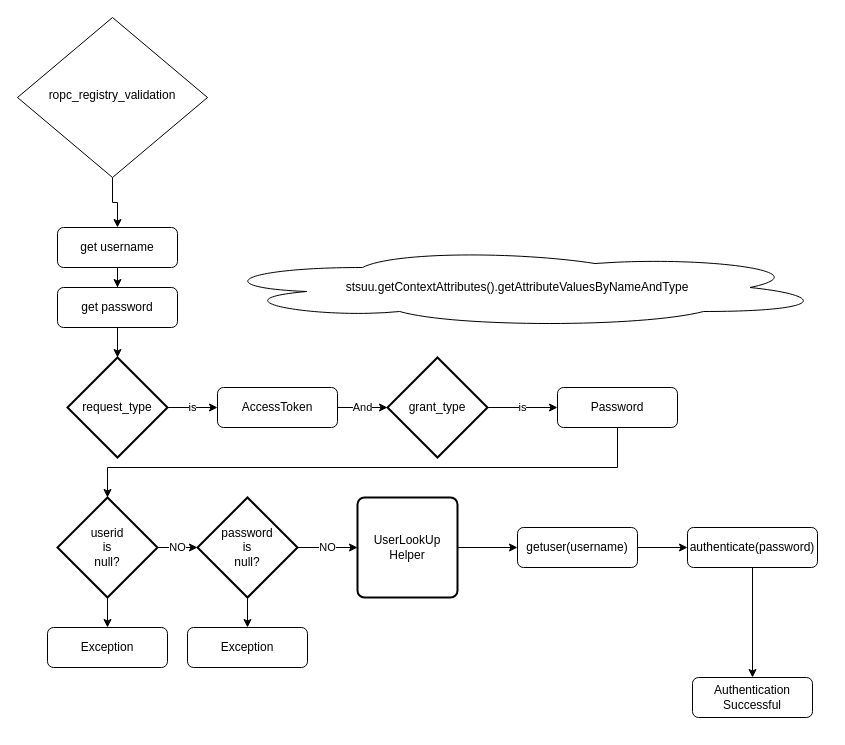
The draw.io diagram diagrams/ropc_registry_validation.drawio in jskbabu/sree-general, before the edit. Source tidied: cells renumbered, new cells numbered last; positions are measured from the earlier drawing's top-left corner, leaving out a move shared by most shapes. Both pictures are drawn from the tidied source at 100%, with x=0, y=0 at pixel (17, 17).
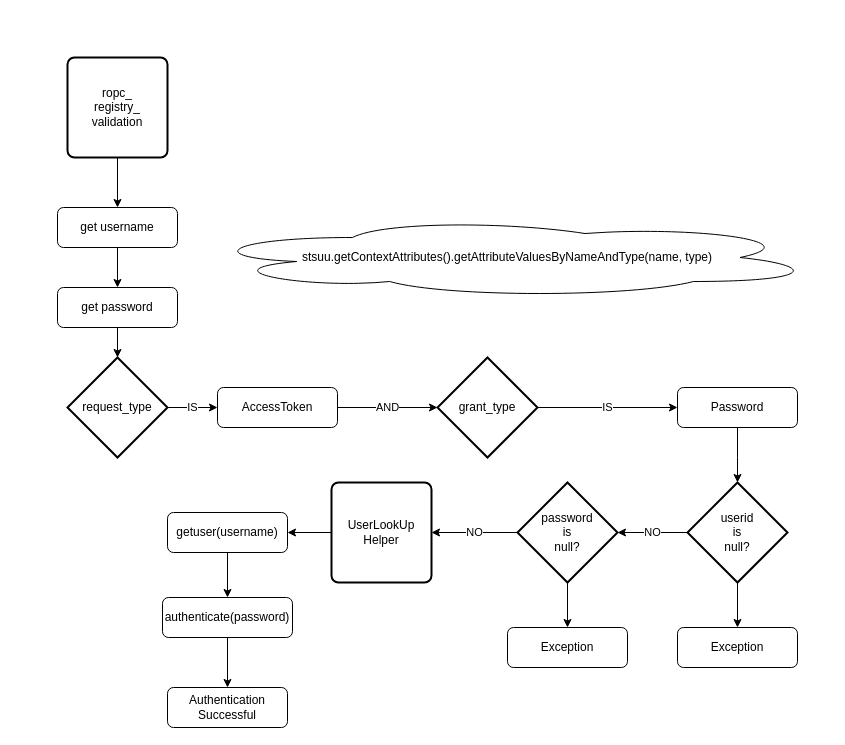
Above is the later version.

Unchanged cells that the change refers to:
```xml
<mxCell id="11" value="request_type" style="strokeWidth=2;html=1;shape=mxgraph.flowchart.decision;whiteSpace=wrap;" parent="1" vertex="1">
  <mxGeometry x="50" y="340" width="100" height="100" as="geometry" />
</mxCell>
<mxCell id="13" value="AccessToken" style="rounded=1;whiteSpace=wrap;html=1;fontSize=12;glass=0;strokeWidth=1;shadow=0;" parent="1" vertex="1">
  <mxGeometry x="200" y="370" width="120" height="40" as="geometry" />
</mxCell>
```

The edit, as a diff of the source:
```diff
@@
-    <mxCell id="2" style="edgeStyle=orthogonalEdgeStyle;rounded=0;jettySize=auto;html=1;exitX=0.5;exitY=1;exitDx=0;exitDy=0;entryX=0.5;entryY=0;entryDx=0;entryDy=0;" parent="1" edge="1" source="3" target="6">
-      <mxGeometry relative="1" as="geometry" />
-    </mxCell>
-    <mxCell id="3" value="ropc_registry_validation" style="rhombus;whiteSpace=wrap;html=1;shadow=0;fontFamily=Helvetica;fontSize=12;align=center;strokeWidth=1;spacing=6;spacingTop=-4;" parent="1" vertex="1">
-      <mxGeometry width="190" height="160" as="geometry" />
-    </mxCell>
@@
     <mxCell id="6" value="get username" style="rounded=1;whiteSpace=wrap;html=1;fontSize=12;glass=0;strokeWidth=1;shadow=0;" parent="1" vertex="1">
-      <mxGeometry x="40" y="210" width="120" height="40" as="geometry" />
+      <mxGeometry x="40" y="190" width="120" height="40" as="geometry" />
     </mxCell>
@@
-    <mxCell id="9" value="stsuu.getContextAttributes().getAttributeValuesByNameAndType" style="ellipse;shape=cloud;whiteSpace=wrap;html=1;" parent="1" vertex="1">
-      <mxGeometry x="190" y="230" width="620" height="80" as="geometry" />
+    <mxCell id="9" value="stsuu.getContextAttributes().getAttributeValuesByNameAndType(name, type)" style="ellipse;shape=cloud;whiteSpace=wrap;html=1;" parent="1" vertex="1">
+      <mxGeometry x="180" y="200" width="620" height="80" as="geometry" />
     </mxCell>
-    <mxCell id="10" value="is" style="edgeStyle=orthogonalEdgeStyle;rounded=0;jettySize=auto;html=1;entryX=0;entryY=0.5;entryDx=0;entryDy=0;" parent="1" edge="1" source="11" target="13">
+    <mxCell id="10" value="IS" style="edgeStyle=orthogonalEdgeStyle;rounded=0;jettySize=auto;html=1;entryX=0;entryY=0.5;entryDx=0;entryDy=0;" parent="1" edge="1" source="11" target="13">
       <mxGeometry relative="1" as="geometry" />
     </mxCell>
@@
-    <mxCell id="12" value="And" style="edgeStyle=orthogonalEdgeStyle;rounded=0;jettySize=auto;html=1;" parent="1" edge="1" source="13" target="15">
+    <mxCell id="12" value="AND" style="edgeStyle=orthogonalEdgeStyle;rounded=0;jettySize=auto;html=1;" parent="1" edge="1" source="13" target="15">
       <mxGeometry relative="1" as="geometry" />
     </mxCell>
@@
-    <mxCell id="14" value="is" style="edgeStyle=orthogonalEdgeStyle;rounded=0;jettySize=auto;html=1;" parent="1" edge="1" source="15" target="17">
-      <mxGeometry relative="1" as="geometry" />
+    <mxCell id="14" value="IS" style="edgeStyle=orthogonalEdgeStyle;rounded=0;jettySize=auto;html=1;" parent="1" edge="1" source="15" target="17">
+      <mxGeometry relative="1" as="geometry">
+        <Array as="points">
+          <mxPoint x="590" y="390" />
+          <mxPoint x="590" y="390" />
+        </Array>
+      </mxGeometry>
     </mxCell>
     <mxCell id="15" value="grant_type" style="strokeWidth=2;html=1;shape=mxgraph.flowchart.decision;whiteSpace=wrap;" parent="1" vertex="1">
-      <mxGeometry x="370" y="340" width="100" height="100" as="geometry" />
+      <mxGeometry x="420" y="340" width="100" height="100" as="geometry" />
     </mxCell>
     <mxCell id="16" style="edgeStyle=orthogonalEdgeStyle;rounded=0;jettySize=auto;html=1;" parent="1" edge="1" source="17" target="20">
       <mxGeometry relative="1" as="geometry">
         <Array as="points">
-          <mxPoint x="600" y="450" />
-          <mxPoint x="90" y="450" />
+          <mxPoint x="720" y="440" />
+          <mxPoint x="720" y="440" />
         </Array>
       </mxGeometry>
     </mxCell>
     <mxCell id="17" value="Password" style="rounded=1;whiteSpace=wrap;html=1;fontSize=12;glass=0;strokeWidth=1;shadow=0;" parent="1" vertex="1">
-      <mxGeometry x="540" y="370" width="120" height="40" as="geometry" />
+      <mxGeometry x="660" y="370" width="120" height="40" as="geometry" />
     </mxCell>
@@
     <mxCell id="20" value="userid &lt;br&gt;is &lt;br&gt;null?" style="strokeWidth=2;html=1;shape=mxgraph.flowchart.decision;whiteSpace=wrap;" parent="1" vertex="1">
-      <mxGeometry x="40" y="480" width="100" height="100" as="geometry" />
+      <mxGeometry x="670" y="465" width="100" height="100" as="geometry" />
     </mxCell>
@@
     <mxCell id="23" value="password &lt;br&gt;is &lt;br&gt;null?" style="strokeWidth=2;html=1;shape=mxgraph.flowchart.decision;whiteSpace=wrap;" parent="1" vertex="1">
-      <mxGeometry x="180" y="480" width="100" height="100" as="geometry" />
+      <mxGeometry x="500" y="465" width="100" height="100" as="geometry" />
     </mxCell>
     <mxCell id="24" value="Exception" style="rounded=1;whiteSpace=wrap;html=1;fontSize=12;glass=0;strokeWidth=1;shadow=0;" parent="1" vertex="1">
-      <mxGeometry x="30" y="610" width="120" height="40" as="geometry" />
+      <mxGeometry x="660" y="610" width="120" height="40" as="geometry" />
     </mxCell>
     <mxCell id="25" value="Exception" style="rounded=1;whiteSpace=wrap;html=1;fontSize=12;glass=0;strokeWidth=1;shadow=0;" parent="1" vertex="1">
-      <mxGeometry x="170" y="610" width="120" height="40" as="geometry" />
+      <mxGeometry x="490" y="610" width="120" height="40" as="geometry" />
     </mxCell>
@@
     <mxCell id="27" value="UserLookUp&lt;br&gt;Helper" style="rounded=1;whiteSpace=wrap;html=1;absoluteArcSize=1;arcSize=14;strokeWidth=2;" parent="1" vertex="1">
-      <mxGeometry x="340" y="480" width="100" height="100" as="geometry" />
+      <mxGeometry x="314" y="465" width="100" height="100" as="geometry" />
     </mxCell>
@@
     <mxCell id="29" value="getuser(username)" style="rounded=1;whiteSpace=wrap;html=1;fontSize=12;glass=0;strokeWidth=1;shadow=0;" parent="1" vertex="1">
-      <mxGeometry x="500" y="510" width="120" height="40" as="geometry" />
+      <mxGeometry x="150" y="495" width="120" height="40" as="geometry" />
     </mxCell>
@@
     <mxCell id="31" value="authenticate(password)" style="rounded=1;whiteSpace=wrap;html=1;fontSize=12;glass=0;strokeWidth=1;shadow=0;" parent="1" vertex="1">
-      <mxGeometry x="670" y="510" width="130" height="40" as="geometry" />
+      <mxGeometry x="145" y="580" width="130" height="40" as="geometry" />
     </mxCell>
     <mxCell id="32" value="Authentication Successful" style="rounded=1;whiteSpace=wrap;html=1;fontSize=12;glass=0;strokeWidth=1;shadow=0;" parent="1" vertex="1">
-      <mxGeometry x="675" y="660" width="120" height="40" as="geometry" />
+      <mxGeometry x="150" y="670" width="120" height="40" as="geometry" />
     </mxCell>
+    <mxCell id="33" style="edgeStyle=orthogonalEdgeStyle;rounded=0;jettySize=auto;html=1;" parent="1" edge="1" source="34" target="6">
+      <mxGeometry relative="1" as="geometry" />
+    </mxCell>
+    <mxCell id="34" value="ropc_&lt;br&gt;registry_&lt;br&gt;validation" style="rounded=1;whiteSpace=wrap;html=1;absoluteArcSize=1;arcSize=14;strokeWidth=2;" parent="1" vertex="1">
+      <mxGeometry x="50" y="40" width="100" height="100" as="geometry" />
+    </mxCell>
```
